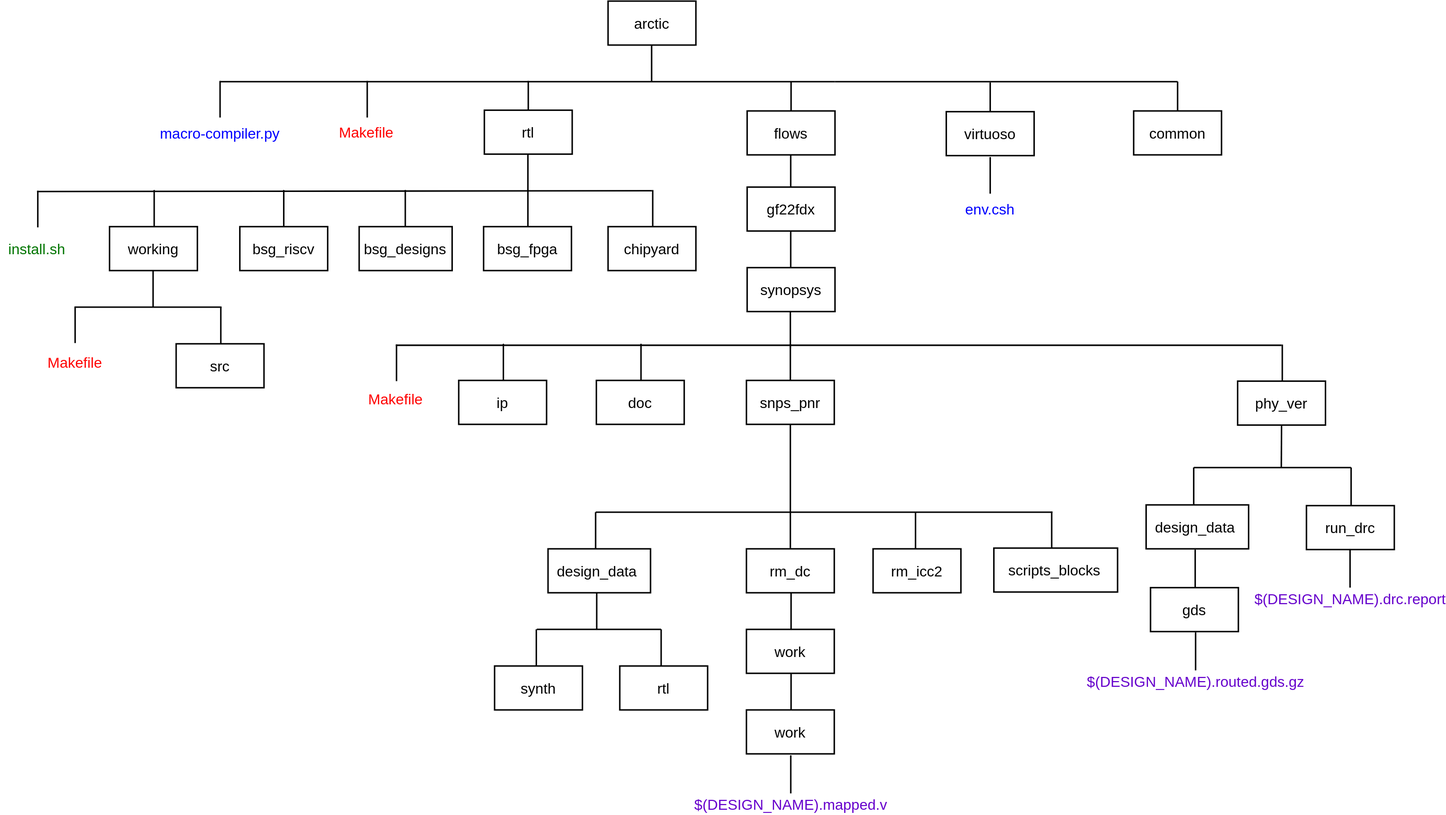
Before: RepoOverview.svg, a diagram exported from draw.io (abeyene/eecs4612-proj2). Source tidied: cells renumbered, new cells last; positions are measured from the earlier drawing's top-left corner, leaving out a move shared by most shapes.
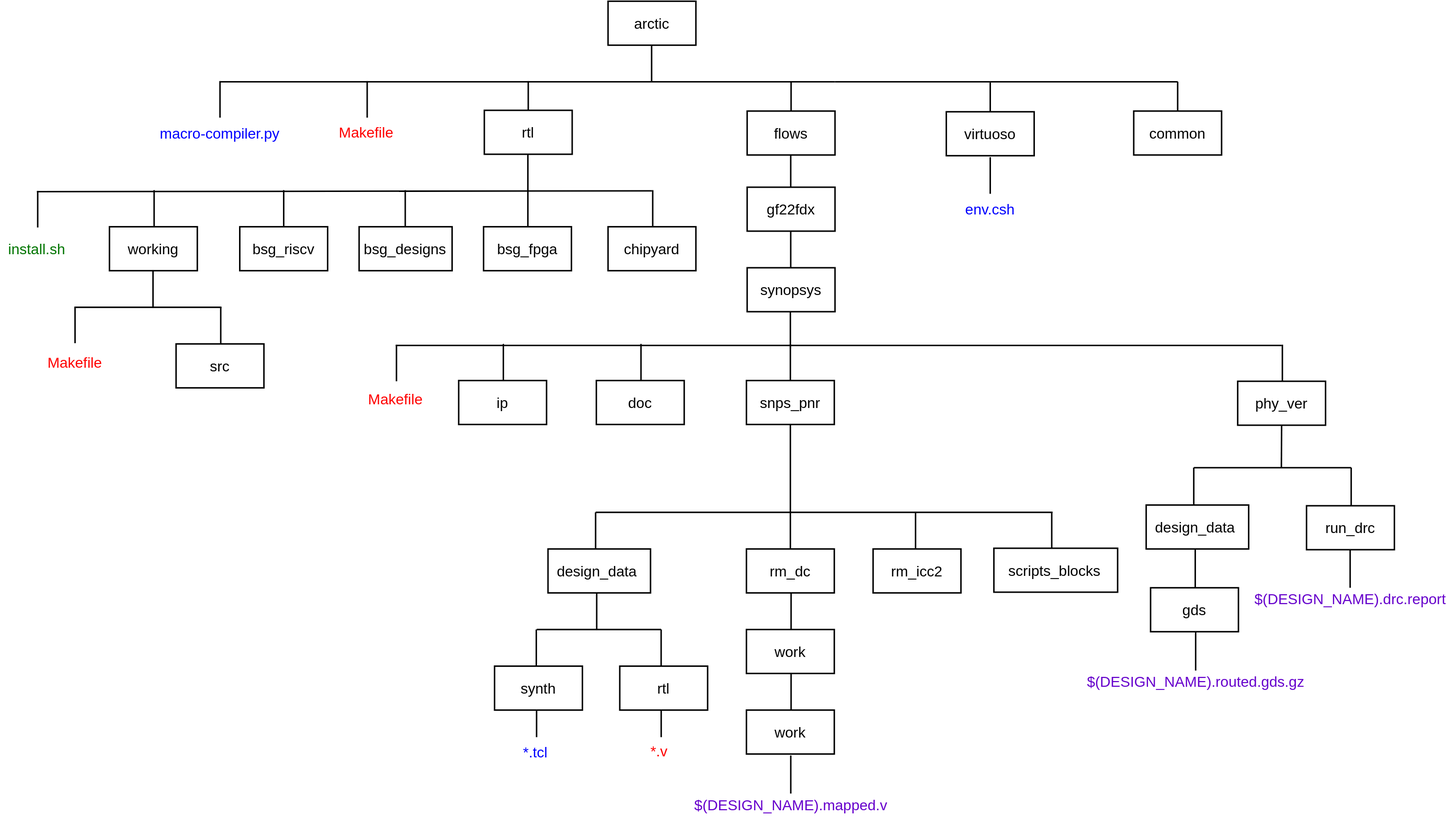
The same diagram one commit later.

Change to the diagram source:
```diff
@@ -502,5 +502,23 @@
     <mxCell id="117" value="&lt;font color=&quot;#0000ff&quot;&gt;&lt;span style=&quot;font-size: 20px;&quot;&gt;env.csh&lt;/span&gt;&lt;/font&gt;" style="text;html=1;strokeColor=none;fillColor=none;align=center;verticalAlign=middle;whiteSpace=wrap;rounded=0;" parent="1" vertex="1">
       <mxGeometry x="1262" y="269" width="180" height="30" as="geometry" />
     </mxCell>
+    <mxCell id="118" value="&lt;font color=&quot;#ff0000&quot; style=&quot;font-size: 20px;&quot;&gt;*.v&lt;/font&gt;" style="text;html=1;strokeColor=none;fillColor=none;align=center;verticalAlign=middle;whiteSpace=wrap;rounded=0;" parent="1" vertex="1">
+      <mxGeometry x="850" y="1009" width="100" height="30" as="geometry" />
+    </mxCell>
+    <mxCell id="119" value="&lt;font color=&quot;#0000ff&quot; style=&quot;font-size: 20px;&quot;&gt;*.tcl&lt;/font&gt;" style="text;html=1;strokeColor=none;fillColor=none;align=center;verticalAlign=middle;whiteSpace=wrap;rounded=0;" parent="1" vertex="1">
+      <mxGeometry x="681" y="1010" width="100" height="30" as="geometry" />
+    </mxCell>
+    <mxCell id="120" style="endArrow=none;html=1;rounded=0;strokeWidth=2;" parent="1" edge="1">
+      <mxGeometry relative="1" as="geometry">
+        <mxPoint x="732.4" y="1005" as="sourcePoint" />
+        <mxPoint x="732.4" y="968" as="targetPoint" />
+      </mxGeometry>
+    </mxCell>
+    <mxCell id="121" style="endArrow=none;html=1;rounded=0;strokeWidth=2;" parent="1" edge="1">
+      <mxGeometry relative="1" as="geometry">
+        <mxPoint x="902.6" y="1005" as="sourcePoint" />
+        <mxPoint x="902.6" y="968" as="targetPoint" />
+      </mxGeometry>
+    </mxCell>
   </root>
 </mxGraphModel>
```
